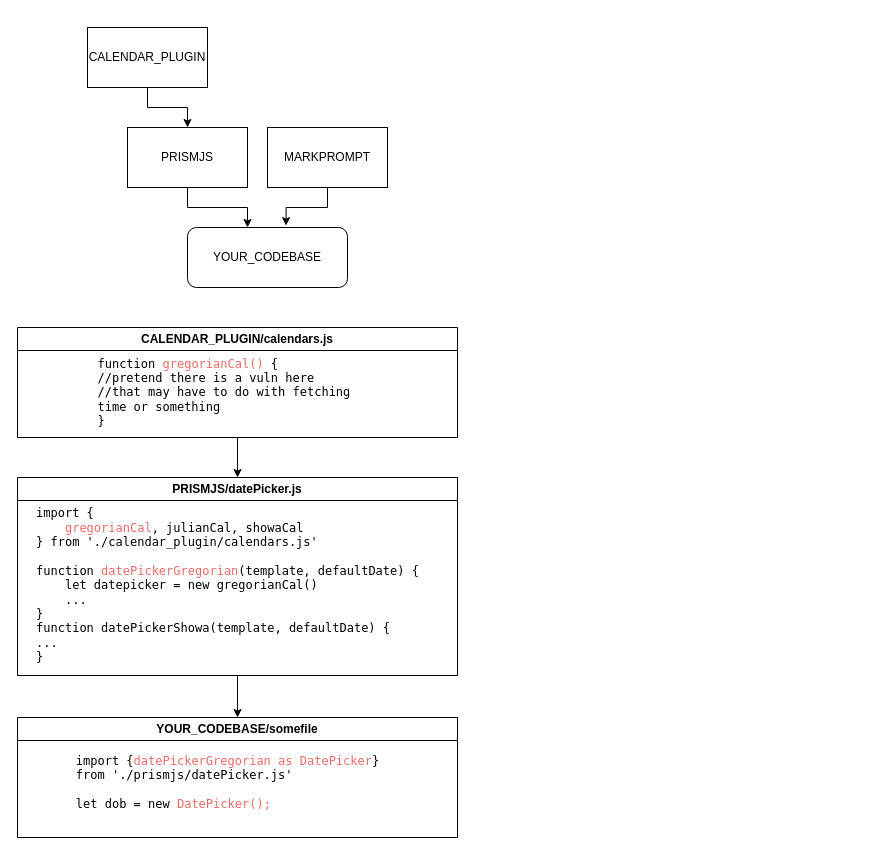
Above: TransitiveReachability.drawio in s-santillan/semgrep-docs-diagrams (draw.io), before the change. Source tidied: cells renumbered, new cells numbered last; positions are measured from the earlier drawing's top-left corner, leaving out a move shared by most shapes. Both pictures are drawn from the tidied source at 100%, with x=0, y=0 at pixel (17, 27).
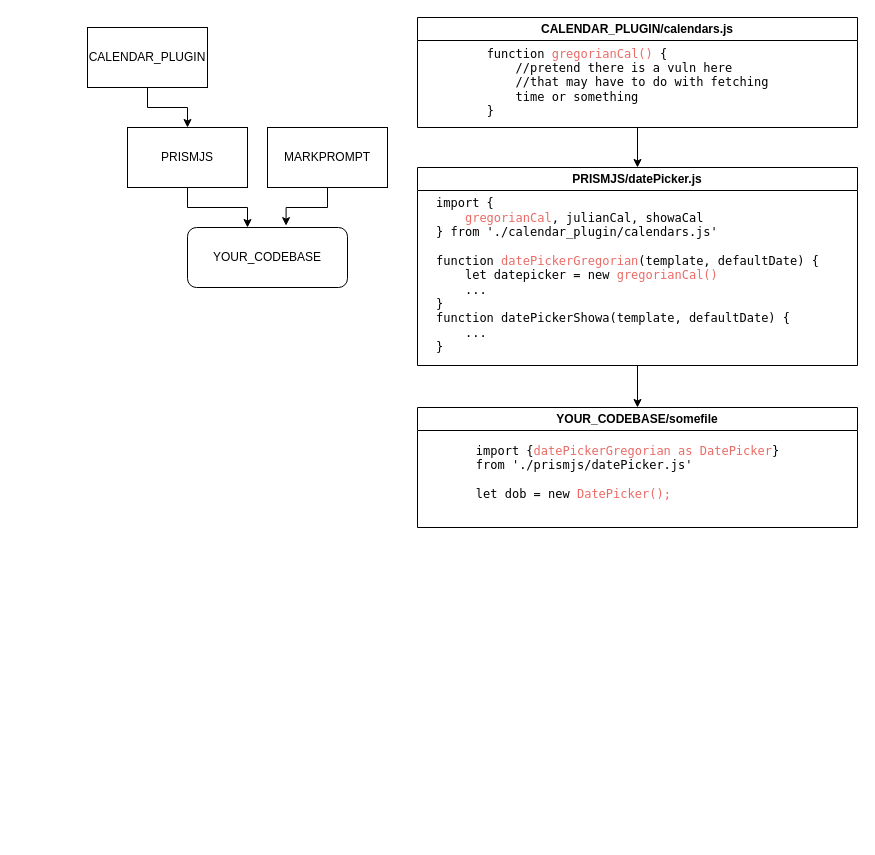
The same page after the edit.

Change to the diagram source:
```diff
@@
 <mxGraphModel>
   <root>
     <mxCell id="0" />
     <mxCell id="1" parent="0" />
     <mxCell id="2" value="YOUR_CODEBASE" style="rounded=1;whiteSpace=wrap;html=1;" parent="1" vertex="1">
       <mxGeometry x="170" y="200" width="160" height="60" as="geometry" />
     </mxCell>
     <mxCell id="3" value="PRISMJS" style="rounded=0;whiteSpace=wrap;html=1;" parent="1" vertex="1">
       <mxGeometry x="110" y="100" width="120" height="60" as="geometry" />
     </mxCell>
     <mxCell id="4" style="edgeStyle=orthogonalEdgeStyle;rounded=0;jettySize=auto;html=1;entryX=0.5;entryY=0;entryDx=0;entryDy=0;" parent="1" edge="1" source="5" target="3">
       <mxGeometry relative="1" as="geometry" />
     </mxCell>
     <mxCell id="5" value="CALENDAR_PLUGIN" style="rounded=0;whiteSpace=wrap;html=1;" parent="1" vertex="1">
       <mxGeometry x="70" width="120" height="60" as="geometry" />
     </mxCell>
     <mxCell id="6" value="MARKPROMPT" style="rounded=0;whiteSpace=wrap;html=1;" parent="1" vertex="1">
       <mxGeometry x="250" y="100" width="120" height="60" as="geometry" />
     </mxCell>
     <mxCell id="7" style="edgeStyle=orthogonalEdgeStyle;rounded=0;jettySize=auto;html=1;entryX=0.375;entryY=0;entryDx=0;entryDy=0;entryPerimeter=0;" parent="1" edge="1" source="3" target="2">
       <mxGeometry relative="1" as="geometry" />
     </mxCell>
     <mxCell id="8" style="edgeStyle=orthogonalEdgeStyle;rounded=0;jettySize=auto;html=1;entryX=0.616;entryY=-0.031;entryDx=0;entryDy=0;entryPerimeter=0;" parent="1" edge="1" source="6" target="2">
       <mxGeometry relative="1" as="geometry" />
     </mxCell>
     <mxCell id="9" value="YOUR_CODEBASE/somefile" style="swimlane;whiteSpace=wrap;html=1;swimlaneFillColor=default;" parent="1" vertex="1">
-      <mxGeometry y="690" width="440" height="120" as="geometry" />
+      <mxGeometry x="400" y="380" width="440" height="120" as="geometry" />
     </mxCell>
     <mxCell id="10" value="&lt;div style=&quot;text-align: left;&quot;&gt;&lt;span style=&quot;font-family: &amp;quot;Lucida Console&amp;quot;; background-color: transparent; color: light-dark(rgb(0, 0, 0), rgb(255, 255, 255));&quot;&gt;import {&lt;/span&gt;&lt;span style=&quot;font-family: &amp;quot;Lucida Console&amp;quot;; background-color: transparent;&quot;&gt;&lt;font style=&quot;color: light-dark(rgb(234, 107, 102), rgb(255, 255, 255));&quot;&gt;datePickerGregorian as DatePicker&lt;/font&gt;&lt;/span&gt;&lt;span style=&quot;font-family: &amp;quot;Lucida Console&amp;quot;; background-color: transparent; color: light-dark(rgb(0, 0, 0), rgb(255, 255, 255));&quot;&gt;}&lt;/span&gt;&lt;/div&gt;&lt;div style=&quot;text-align: left;&quot;&gt;&lt;span style=&quot;font-family: &amp;quot;Lucida Console&amp;quot;; background-color: transparent; color: light-dark(rgb(0, 0, 0), rgb(255, 255, 255));&quot;&gt;from './prismjs/datePicker.js'&lt;/span&gt;&lt;/div&gt;&lt;div style=&quot;text-align: left;&quot;&gt;&lt;font face=&quot;Lucida Console&quot;&gt;&lt;br&gt;&lt;/font&gt;&lt;/div&gt;&lt;div style=&quot;text-align: left;&quot;&gt;&lt;font face=&quot;Lucida Console&quot;&gt;let dob = new &lt;font style=&quot;color: rgb(234, 107, 102);&quot;&gt;DatePicker();&lt;/font&gt;&lt;/font&gt;&lt;/div&gt;" style="text;html=1;align=center;verticalAlign=middle;strokeColor=none;fillColor=none;" parent="9" vertex="1">
       <mxGeometry x="45" y="30" width="330" height="70" as="geometry" />
     </mxCell>
     <mxCell id="11" value="PRISMJS/datePicker.js" style="swimlane;whiteSpace=wrap;html=1;fillColor=#FFFFFF;swimlaneFillColor=default;" parent="1" vertex="1">
-      <mxGeometry y="450" width="440" height="198" as="geometry" />
+      <mxGeometry x="400" y="140" width="440" height="198" as="geometry" />
     </mxCell>
-    <mxCell id="12" value="&lt;div style=&quot;text-align: left;&quot;&gt;&lt;span style=&quot;font-family: &amp;quot;Lucida Console&amp;quot;; background-color: transparent; color: light-dark(rgb(0, 0, 0), rgb(255, 255, 255));&quot;&gt;import {&lt;/span&gt;&lt;/div&gt;&lt;div style=&quot;text-align: left;&quot;&gt;&lt;span style=&quot;font-family: &amp;quot;Lucida Console&amp;quot;; background-color: transparent; color: light-dark(rgb(0, 0, 0), rgb(255, 255, 255));&quot;&gt;&amp;nbsp; &amp;nbsp; &lt;/span&gt;&lt;span style=&quot;font-family: &amp;quot;Lucida Console&amp;quot;; background-color: transparent;&quot;&gt;&lt;font style=&quot;color: light-dark(rgb(234, 107, 102), rgb(255, 255, 255));&quot;&gt;gregorianCal&lt;/font&gt;&lt;/span&gt;&lt;span style=&quot;font-family: &amp;quot;Lucida Console&amp;quot;; background-color: transparent; color: light-dark(rgb(0, 0, 0), rgb(255, 255, 255));&quot;&gt;, julianCal, showaCal&lt;/span&gt;&lt;/div&gt;&lt;div style=&quot;text-align: left;&quot;&gt;&lt;span style=&quot;font-family: &amp;quot;Lucida Console&amp;quot;; background-color: transparent; color: light-dark(rgb(0, 0, 0), rgb(255, 255, 255));&quot;&gt;}&amp;nbsp;&lt;/span&gt;&lt;span style=&quot;background-color: transparent; color: light-dark(rgb(0, 0, 0), rgb(255, 255, 255)); font-family: &amp;quot;Lucida Console&amp;quot;;&quot;&gt;from './calendar_plugin/calendars.js'&lt;/span&gt;&lt;/div&gt;&lt;div style=&quot;text-align: left;&quot;&gt;&lt;font face=&quot;Lucida Console&quot;&gt;&lt;br&gt;&lt;/font&gt;&lt;/div&gt;&lt;div style=&quot;text-align: left;&quot;&gt;&lt;font face=&quot;Lucida Console&quot;&gt;function &lt;font style=&quot;color: rgb(234, 107, 102);&quot;&gt;datePickerGregorian&lt;/font&gt;(template, defaultDate) {&lt;/font&gt;&lt;/div&gt;&lt;div style=&quot;text-align: left;&quot;&gt;&lt;font face=&quot;Lucida Console&quot;&gt;&amp;nbsp; &amp;nbsp; let datepicker = new gregorianCal()&amp;nbsp;&lt;/font&gt;&lt;/div&gt;&lt;div style=&quot;text-align: left;&quot;&gt;&lt;font face=&quot;Lucida Console&quot;&gt;&amp;nbsp; &amp;nbsp; ...&lt;/font&gt;&lt;/div&gt;&lt;div style=&quot;text-align: left;&quot;&gt;&lt;span style=&quot;font-family: &amp;quot;Lucida Console&amp;quot;; background-color: transparent; color: light-dark(rgb(0, 0, 0), rgb(255, 255, 255));&quot;&gt;}&lt;/span&gt;&lt;/div&gt;&lt;div style=&quot;text-align: left;&quot;&gt;&lt;font face=&quot;Lucida Console&quot;&gt;function datePickerShowa(template, defaultDate) {&lt;/font&gt;&lt;/div&gt;&lt;div style=&quot;text-align: left;&quot;&gt;&lt;font face=&quot;Lucida Console&quot;&gt;...&lt;/font&gt;&lt;/div&gt;&lt;div style=&quot;text-align: left;&quot;&gt;&lt;font face=&quot;Lucida Console&quot;&gt;}&lt;/font&gt;&lt;/div&gt;" style="text;html=1;align=center;verticalAlign=middle;strokeColor=none;fillColor=none;" parent="11" vertex="1">
+    <mxCell id="12" value="&lt;div style=&quot;text-align: left;&quot;&gt;&lt;span style=&quot;font-family: &amp;quot;Lucida Console&amp;quot;; background-color: transparent; color: light-dark(rgb(0, 0, 0), rgb(255, 255, 255));&quot;&gt;import {&lt;/span&gt;&lt;/div&gt;&lt;div style=&quot;text-align: left;&quot;&gt;&lt;span style=&quot;font-family: &amp;quot;Lucida Console&amp;quot;; background-color: transparent; color: light-dark(rgb(0, 0, 0), rgb(255, 255, 255));&quot;&gt;&amp;nbsp; &amp;nbsp; &lt;/span&gt;&lt;span style=&quot;font-family: &amp;quot;Lucida Console&amp;quot;; background-color: transparent;&quot;&gt;&lt;font style=&quot;color: light-dark(rgb(234, 107, 102), rgb(255, 255, 255));&quot;&gt;gregorianCal&lt;/font&gt;&lt;/span&gt;&lt;span style=&quot;font-family: &amp;quot;Lucida Console&amp;quot;; background-color: transparent; color: light-dark(rgb(0, 0, 0), rgb(255, 255, 255));&quot;&gt;, julianCal, showaCal&lt;/span&gt;&lt;/div&gt;&lt;div style=&quot;text-align: left;&quot;&gt;&lt;span style=&quot;font-family: &amp;quot;Lucida Console&amp;quot;; background-color: transparent; color: light-dark(rgb(0, 0, 0), rgb(255, 255, 255));&quot;&gt;}&amp;nbsp;&lt;/span&gt;&lt;span style=&quot;background-color: transparent; color: light-dark(rgb(0, 0, 0), rgb(255, 255, 255)); font-family: &amp;quot;Lucida Console&amp;quot;;&quot;&gt;from './calendar_plugin/calendars.js'&lt;/span&gt;&lt;/div&gt;&lt;div style=&quot;text-align: left;&quot;&gt;&lt;font face=&quot;Lucida Console&quot;&gt;&lt;br&gt;&lt;/font&gt;&lt;/div&gt;&lt;div style=&quot;text-align: left;&quot;&gt;&lt;font face=&quot;Lucida Console&quot;&gt;function &lt;font style=&quot;color: rgb(234, 107, 102);&quot;&gt;datePickerGregorian&lt;/font&gt;(template, defaultDate) {&lt;/font&gt;&lt;/div&gt;&lt;div style=&quot;text-align: left;&quot;&gt;&lt;font face=&quot;Lucida Console&quot;&gt;&amp;nbsp; &amp;nbsp; let datepicker = new &lt;font style=&quot;color: rgb(234, 107, 102);&quot;&gt;gregorianCal()&lt;/font&gt;&amp;nbsp;&lt;/font&gt;&lt;/div&gt;&lt;div style=&quot;text-align: left;&quot;&gt;&lt;font face=&quot;Lucida Console&quot;&gt;&amp;nbsp; &amp;nbsp; ...&lt;/font&gt;&lt;/div&gt;&lt;div style=&quot;text-align: left;&quot;&gt;&lt;span style=&quot;font-family: &amp;quot;Lucida Console&amp;quot;; background-color: transparent; color: light-dark(rgb(0, 0, 0), rgb(255, 255, 255));&quot;&gt;}&lt;/span&gt;&lt;/div&gt;&lt;div style=&quot;text-align: left;&quot;&gt;&lt;font face=&quot;Lucida Console&quot;&gt;function datePickerShowa(template, defaultDate) {&lt;/font&gt;&lt;/div&gt;&lt;div style=&quot;text-align: left;&quot;&gt;&lt;font face=&quot;Lucida Console&quot;&gt;&amp;nbsp; &amp;nbsp; ...&lt;/font&gt;&lt;/div&gt;&lt;div style=&quot;text-align: left;&quot;&gt;&lt;font face=&quot;Lucida Console&quot;&gt;}&lt;/font&gt;&lt;/div&gt;" style="text;html=1;align=center;verticalAlign=middle;strokeColor=none;fillColor=none;" parent="11" vertex="1">
       <mxGeometry x="5" y="18" width="410" height="180" as="geometry" />
     </mxCell>
     <mxCell id="13" style="edgeStyle=orthogonalEdgeStyle;rounded=0;jettySize=auto;html=1;entryX=0.5;entryY=0;entryDx=0;entryDy=0;exitX=0.5;exitY=1;exitDx=0;exitDy=0;" parent="1" edge="1" source="11" target="9">
       <mxGeometry relative="1" as="geometry" />
     </mxCell>
     <mxCell id="14" style="edgeStyle=orthogonalEdgeStyle;rounded=0;jettySize=auto;html=1;" parent="1" edge="1" source="15" target="11">
       <mxGeometry relative="1" as="geometry" />
     </mxCell>
     <mxCell id="15" value="CALENDAR_PLUGIN/calendars.js" style="swimlane;whiteSpace=wrap;html=1;swimlaneFillColor=default;" parent="1" vertex="1">
-      <mxGeometry y="300" width="440" height="110" as="geometry" />
+      <mxGeometry x="400" y="-10" width="440" height="110" as="geometry" />
     </mxCell>
-    <mxCell id="16" value="&lt;div style=&quot;text-align: left;&quot;&gt;&lt;font face=&quot;Lucida Console&quot;&gt;function &lt;font style=&quot;color: rgb(234, 107, 102);&quot;&gt;gregorianCal()&lt;/font&gt; {&lt;/font&gt;&lt;/div&gt;&lt;div style=&quot;text-align: left;&quot;&gt;&lt;font face=&quot;Lucida Console&quot;&gt;//pretend there is a vuln here&amp;nbsp;&lt;/font&gt;&lt;/div&gt;&lt;div style=&quot;text-align: left;&quot;&gt;&lt;font face=&quot;Lucida Console&quot;&gt;//that may have to do with fetching&amp;nbsp;&lt;/font&gt;&lt;/div&gt;&lt;div style=&quot;text-align: left;&quot;&gt;&lt;font face=&quot;Lucida Console&quot;&gt;time or something&lt;/font&gt;&lt;/div&gt;&lt;div style=&quot;text-align: left;&quot;&gt;&lt;font face=&quot;Lucida Console&quot;&gt;}&lt;/font&gt;&lt;/div&gt;" style="text;html=1;align=center;verticalAlign=middle;strokeColor=none;fillColor=none;" parent="15" vertex="1">
-      <mxGeometry x="70" y="20" width="280" height="90" as="geometry" />
+    <mxCell id="16" value="&lt;div style=&quot;text-align: left;&quot;&gt;&lt;font face=&quot;Lucida Console&quot;&gt;function &lt;font style=&quot;color: rgb(234, 107, 102);&quot;&gt;gregorianCal()&lt;/font&gt; {&lt;/font&gt;&lt;/div&gt;&lt;div style=&quot;text-align: left;&quot;&gt;&lt;font face=&quot;Lucida Console&quot;&gt;&amp;nbsp; &amp;nbsp; //pretend there is a vuln here&amp;nbsp;&lt;/font&gt;&lt;/div&gt;&lt;div style=&quot;text-align: left;&quot;&gt;&lt;font face=&quot;Lucida Console&quot;&gt;&amp;nbsp; &amp;nbsp; //that may have to do with fetching&lt;/font&gt;&lt;/div&gt;&lt;div style=&quot;text-align: left;&quot;&gt;&lt;font face=&quot;Lucida Console&quot;&gt;&amp;nbsp; &amp;nbsp; time or something&lt;/font&gt;&lt;/div&gt;&lt;div style=&quot;text-align: left;&quot;&gt;&lt;font face=&quot;Lucida Console&quot;&gt;}&lt;/font&gt;&lt;/div&gt;" style="text;html=1;align=center;verticalAlign=middle;strokeColor=none;fillColor=none;" parent="15" vertex="1">
+      <mxGeometry x="55" y="20" width="310" height="90" as="geometry" />
     </mxCell>
   </root>
 </mxGraphModel>
```
